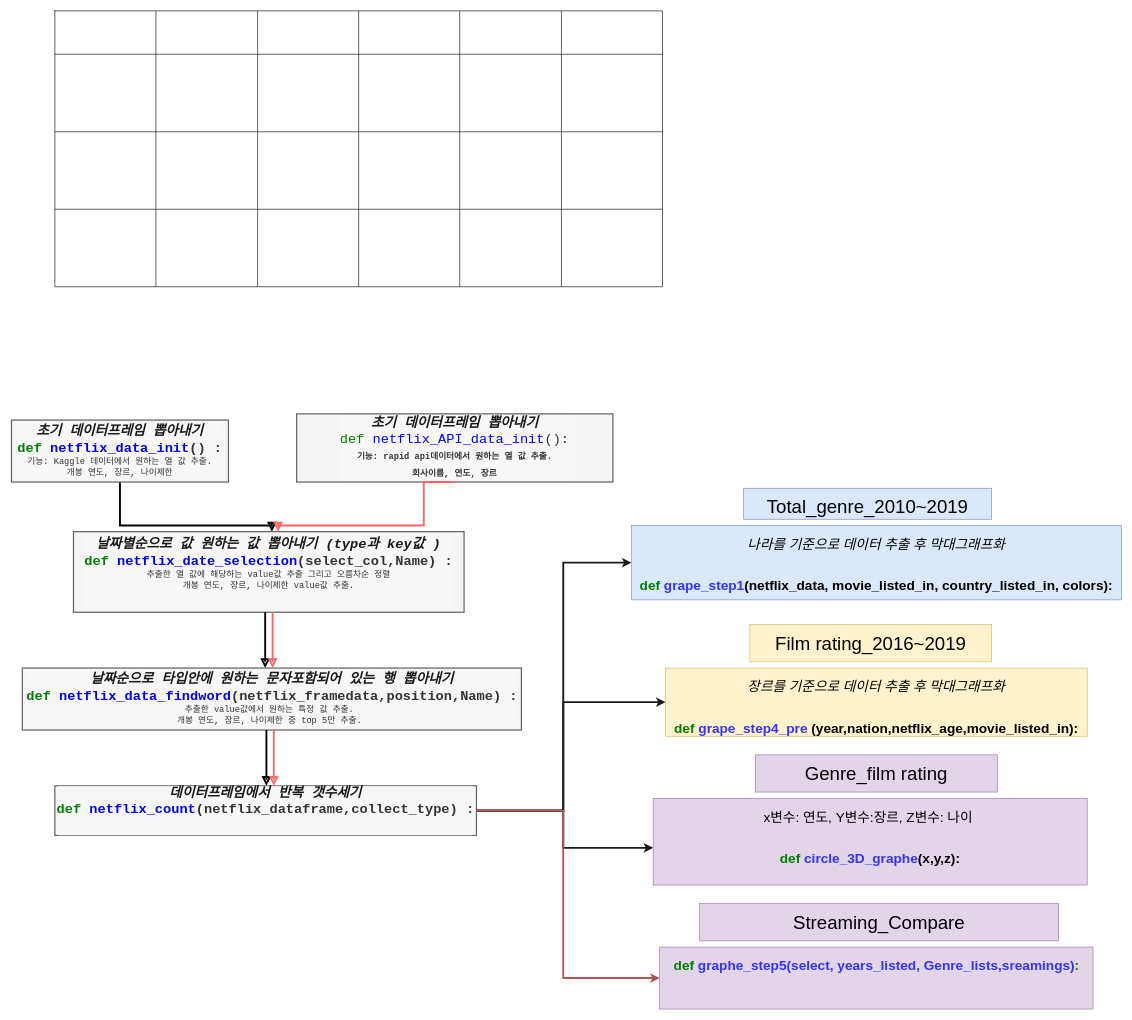
kimsk920825/daily_commit keeps this draw.io diagram as netflix_mini_poject.drawio. Above is the earlier version. Source tidied: cells renumbered, new cells numbered last; positions are measured from the earlier drawing's top-left corner, leaving out a move shared by most shapes. Both pictures are drawn from the tidied source at 62%, with x=0, y=0 at pixel (11, 11).
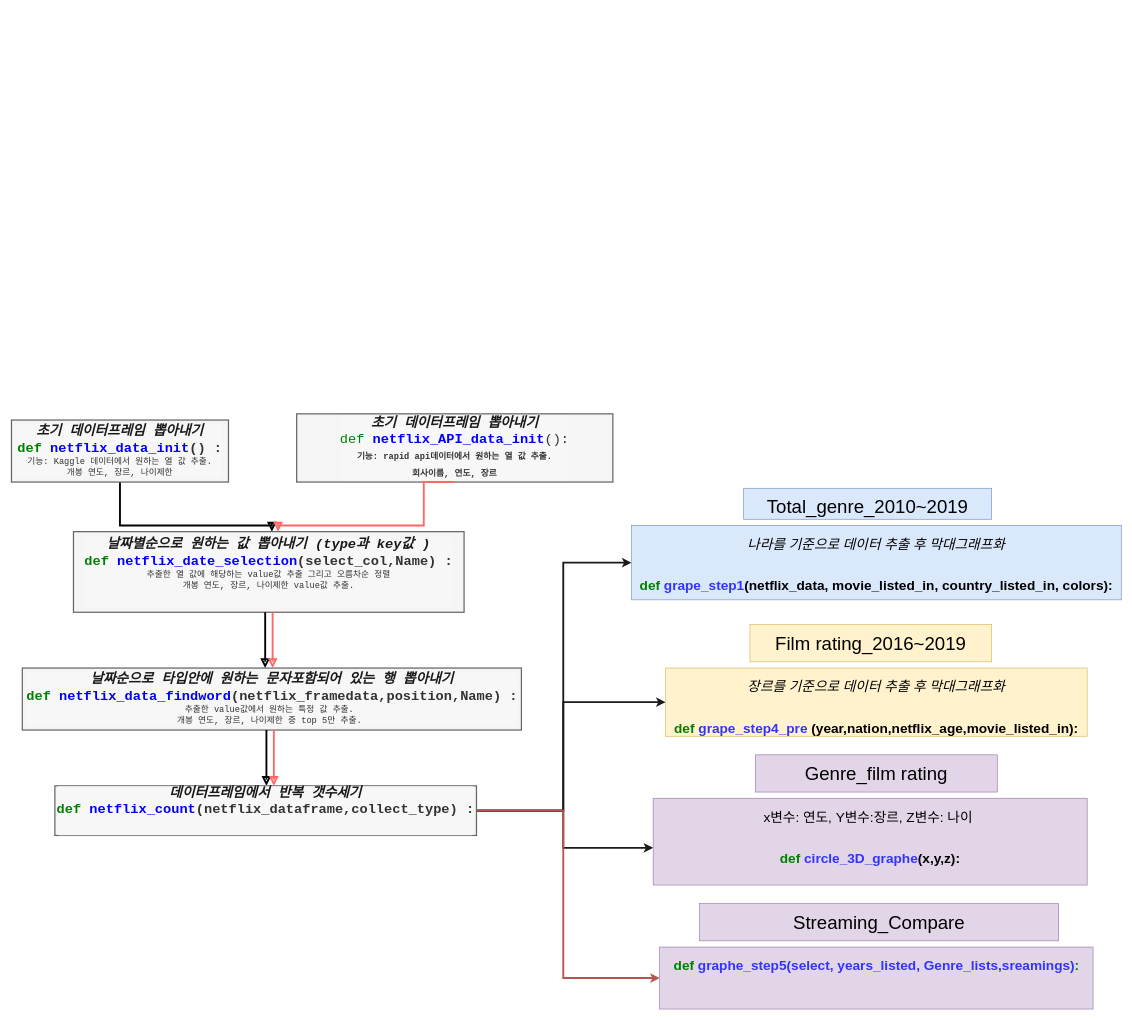
The same diagram, later.

What changed in the source:
```diff
@@
-    <mxCell id="5" value="&lt;pre style=&quot;margin-top: 0px ; margin-bottom: 0px ; padding: 0px ; font-size: 22px ; border-radius: 4px ; line-height: inherit ; word-break: break-all ; overflow-wrap: break-word ; background-color: rgb(247 , 247 , 247) ; border: none&quot;&gt;&lt;font color=&quot;#1a1a1a&quot;&gt;&lt;span class=&quot;c1&quot; style=&quot;margin: 0px ; padding: 0px ; font-style: italic ; font-size: 22px&quot;&gt;날짜별순으로 값 원하는 값 뽑아내기 (type과 key값 )&lt;/span&gt;&lt;br style=&quot;font-size: 22px&quot;&gt;&lt;/font&gt;&lt;/pre&gt;&lt;pre style=&quot;margin-top: 0px ; margin-bottom: 0px ; padding: 0px ; font-size: 22px ; border-radius: 4px ; line-height: inherit ; word-break: break-all ; overflow-wrap: break-word ; background-color: rgb(247 , 247 , 247) ; border: none&quot;&gt;&lt;pre style=&quot;margin-top: 0px ; margin-bottom: 0px ; padding: 0px ; border-radius: 4px ; line-height: inherit ; word-break: break-all ; overflow-wrap: break-word ; border: none ; font-size: 22px&quot;&gt;&lt;span class=&quot;k&quot; style=&quot;margin: 0px ; padding: 0px ; color: green ; font-size: 22px&quot;&gt;def&lt;/span&gt; &lt;span class=&quot;nf&quot; style=&quot;margin: 0px ; padding: 0px ; color: blue ; font-size: 22px&quot;&gt;netflix_date_selection&lt;/span&gt;&lt;span class=&quot;p&quot; style=&quot;margin: 0px ; padding: 0px ; font-size: 22px&quot;&gt;(&lt;/span&gt;&lt;span class=&quot;n&quot; style=&quot;margin: 0px ; padding: 0px ; font-size: 22px&quot;&gt;select_col&lt;/span&gt;&lt;span class=&quot;p&quot; style=&quot;margin: 0px ; padding: 0px ; font-size: 22px&quot;&gt;,&lt;/span&gt;&lt;span class=&quot;n&quot; style=&quot;margin: 0px ; padding: 0px ; font-size: 22px&quot;&gt;Name&lt;/span&gt;&lt;span class=&quot;p&quot; style=&quot;margin: 0px ; padding: 0px ; font-size: 22px&quot;&gt;)&lt;/span&gt; &lt;span class=&quot;p&quot; style=&quot;margin: 0px ; padding: 0px ; font-size: 22px&quot;&gt;:&lt;/span&gt;&lt;br style=&quot;font-size: 22px&quot;&gt;&lt;/pre&gt;&lt;pre style=&quot;color: rgb(51 , 51 , 51) ; margin-top: 0px ; margin-bottom: 0px ; padding: 0px ; border-radius: 4px ; line-height: inherit ; word-break: break-all ; overflow-wrap: break-word ; border: none ; font-size: 22px&quot;&gt;&lt;span class=&quot;p&quot; style=&quot;margin: 0px ; padding: 0px ; font-size: 22px&quot;&gt;&lt;pre style=&quot;font-weight: normal ; margin-top: 0px ; margin-bottom: 0px ; padding: 0px ; font-size: 14px ; border-radius: 4px ; line-height: inherit ; word-break: break-all ; overflow-wrap: break-word ; border: none&quot;&gt;&lt;span class=&quot;p&quot; style=&quot;margin: 0px ; padding: 0px&quot;&gt;추출한 열 값에 해당하는 value값 추출 그리고 오름차순 정렬&lt;/span&gt;&lt;/pre&gt;&lt;pre style=&quot;font-weight: normal ; margin-top: 0px ; margin-bottom: 0px ; padding: 0px ; font-size: 14px ; border-radius: 4px ; line-height: inherit ; word-break: break-all ; overflow-wrap: break-word ; border: none&quot;&gt;&lt;span class=&quot;p&quot; style=&quot;margin: 0px ; padding: 0px&quot;&gt;개봉 연도, 장르, 나이제한 value값 추출.&lt;/span&gt;&lt;/pre&gt;&lt;/span&gt;&lt;/pre&gt;&lt;div style=&quot;color: rgb(51 , 51 , 51) ; font-size: 22px&quot;&gt;&lt;span class=&quot;p&quot; style=&quot;margin: 0px ; padding: 0px ; font-size: 22px&quot;&gt;&lt;br style=&quot;font-size: 22px&quot;&gt;&lt;/span&gt;&lt;/div&gt;&lt;/pre&gt;" style="rounded=1;whiteSpace=wrap;html=1;fontSize=22;glass=0;strokeWidth=2;shadow=0;arcSize=0&#10;;fillColor=#f5f5f5;strokeColor=#666666;fontColor=#333333;fontStyle=1;" parent="1" vertex="1">
+    <mxCell id="5" value="&lt;pre style=&quot;margin-top: 0px ; margin-bottom: 0px ; padding: 0px ; font-size: 22px ; border-radius: 4px ; line-height: inherit ; word-break: break-all ; overflow-wrap: break-word ; background-color: rgb(247 , 247 , 247) ; border: none&quot;&gt;&lt;font color=&quot;#1a1a1a&quot;&gt;&lt;span class=&quot;c1&quot; style=&quot;margin: 0px ; padding: 0px ; font-style: italic ; font-size: 22px&quot;&gt;날짜별순으로 원하는 값 뽑아내기 (type과 key값 )&lt;/span&gt;&lt;br style=&quot;font-size: 22px&quot;&gt;&lt;/font&gt;&lt;/pre&gt;&lt;pre style=&quot;margin-top: 0px ; margin-bottom: 0px ; padding: 0px ; font-size: 22px ; border-radius: 4px ; line-height: inherit ; word-break: break-all ; overflow-wrap: break-word ; background-color: rgb(247 , 247 , 247) ; border: none&quot;&gt;&lt;pre style=&quot;margin-top: 0px ; margin-bottom: 0px ; padding: 0px ; border-radius: 4px ; line-height: inherit ; word-break: break-all ; overflow-wrap: break-word ; border: none ; font-size: 22px&quot;&gt;&lt;span class=&quot;k&quot; style=&quot;margin: 0px ; padding: 0px ; color: green ; font-size: 22px&quot;&gt;def&lt;/span&gt; &lt;span class=&quot;nf&quot; style=&quot;margin: 0px ; padding: 0px ; color: blue ; font-size: 22px&quot;&gt;netflix_date_selection&lt;/span&gt;&lt;span class=&quot;p&quot; style=&quot;margin: 0px ; padding: 0px ; font-size: 22px&quot;&gt;(&lt;/span&gt;&lt;span class=&quot;n&quot; style=&quot;margin: 0px ; padding: 0px ; font-size: 22px&quot;&gt;select_col&lt;/span&gt;&lt;span class=&quot;p&quot; style=&quot;margin: 0px ; padding: 0px ; font-size: 22px&quot;&gt;,&lt;/span&gt;&lt;span class=&quot;n&quot; style=&quot;margin: 0px ; padding: 0px ; font-size: 22px&quot;&gt;Name&lt;/span&gt;&lt;span class=&quot;p&quot; style=&quot;margin: 0px ; padding: 0px ; font-size: 22px&quot;&gt;)&lt;/span&gt; &lt;span class=&quot;p&quot; style=&quot;margin: 0px ; padding: 0px ; font-size: 22px&quot;&gt;:&lt;/span&gt;&lt;br style=&quot;font-size: 22px&quot;&gt;&lt;/pre&gt;&lt;pre style=&quot;color: rgb(51 , 51 , 51) ; margin-top: 0px ; margin-bottom: 0px ; padding: 0px ; border-radius: 4px ; line-height: inherit ; word-break: break-all ; overflow-wrap: break-word ; border: none ; font-size: 22px&quot;&gt;&lt;span class=&quot;p&quot; style=&quot;margin: 0px ; padding: 0px ; font-size: 22px&quot;&gt;&lt;pre style=&quot;font-weight: normal ; margin-top: 0px ; margin-bottom: 0px ; padding: 0px ; font-size: 14px ; border-radius: 4px ; line-height: inherit ; word-break: break-all ; overflow-wrap: break-word ; border: none&quot;&gt;&lt;span class=&quot;p&quot; style=&quot;margin: 0px ; padding: 0px&quot;&gt;추출한 열 값에 해당하는 value값 추출 그리고 오름차순 정렬&lt;/span&gt;&lt;/pre&gt;&lt;pre style=&quot;font-weight: normal ; margin-top: 0px ; margin-bottom: 0px ; padding: 0px ; font-size: 14px ; border-radius: 4px ; line-height: inherit ; word-break: break-all ; overflow-wrap: break-word ; border: none&quot;&gt;&lt;span class=&quot;p&quot; style=&quot;margin: 0px ; padding: 0px&quot;&gt;개봉 연도, 장르, 나이제한 value값 추출.&lt;/span&gt;&lt;/pre&gt;&lt;/span&gt;&lt;/pre&gt;&lt;div style=&quot;color: rgb(51 , 51 , 51) ; font-size: 22px&quot;&gt;&lt;span class=&quot;p&quot; style=&quot;margin: 0px ; padding: 0px ; font-size: 22px&quot;&gt;&lt;br style=&quot;font-size: 22px&quot;&gt;&lt;/span&gt;&lt;/div&gt;&lt;/pre&gt;" style="rounded=1;whiteSpace=wrap;html=1;fontSize=22;glass=0;strokeWidth=2;shadow=0;arcSize=0&#10;;fillColor=#f5f5f5;strokeColor=#666666;fontColor=#333333;fontStyle=1;" parent="1" vertex="1">
       <mxGeometry x="100" y="840" width="630" height="130" as="geometry" />
     </mxCell>
@@
-    <mxCell id="20" value="&lt;pre style=&quot;margin-top: 0px ; margin-bottom: 0px ; padding: 0px ; font-size: 22px ; border-radius: 4px ; line-height: inherit ; word-break: break-all ; overflow-wrap: break-word ; background-color: rgb(247 , 247 , 247) ; border: none&quot;&gt;&lt;span class=&quot;c1&quot; style=&quot;margin: 0px ; padding: 0px ; font-style: italic ; font-size: 22px&quot;&gt;&lt;font color=&quot;#1a1a1a&quot;&gt;초기 데이터프레임 뽑아내기&lt;/font&gt;&lt;/span&gt;&lt;/pre&gt;&lt;pre style=&quot;margin-top: 0px ; margin-bottom: 0px ; padding: 0px ; border-radius: 4px ; line-height: inherit ; word-break: break-all ; overflow-wrap: break-word ; background-color: rgb(247 , 247 , 247) ; border: none&quot;&gt;&lt;span class=&quot;c1&quot; style=&quot;margin: 0px ; padding: 0px ; font-style: italic&quot;&gt;&lt;pre style=&quot;margin-top: 0px ; margin-bottom: 0px ; padding: 0px ; color: rgb(51 , 51 , 51) ; border-radius: 4px ; line-height: inherit ; word-break: break-all ; overflow-wrap: break-word ; border: none ; font-style: normal&quot;&gt;&lt;pre style=&quot;font-size: 22px ; margin-top: 0px ; margin-bottom: 0px ; padding: 0px ; border-radius: 4px ; line-height: inherit ; word-break: break-all ; overflow-wrap: break-word ; border: none&quot;&gt;&lt;span style=&quot;font-weight: normal&quot;&gt;&lt;span class=&quot;k&quot; style=&quot;margin: 0px ; padding: 0px ; color: green&quot;&gt;def&lt;/span&gt; &lt;span class=&quot;nf&quot; style=&quot;margin: 0px ; padding: 0px ; color: blue&quot;&gt;netflix_API_data_init&lt;/span&gt;&lt;span class=&quot;p&quot; style=&quot;margin: 0px ; padding: 0px&quot;&gt;():&lt;/span&gt;&lt;br&gt;&lt;/span&gt;&lt;/pre&gt;&lt;div&gt;&lt;span class=&quot;p&quot; style=&quot;margin: 0px ; padding: 0px&quot;&gt;&lt;font style=&quot;font-size: 14px&quot;&gt;기능: rapid api데이터에서 원하는 열 값 추출.&lt;/font&gt;&lt;/span&gt;&lt;/div&gt;&lt;div&gt;&lt;span class=&quot;p&quot; style=&quot;margin: 0px ; padding: 0px&quot;&gt;&lt;font style=&quot;font-size: 14px&quot;&gt;회사이름, 연도, 장르&lt;/font&gt;&lt;/span&gt;&lt;/div&gt;&lt;/pre&gt;&lt;/span&gt;&lt;/pre&gt;" style="rounded=1;whiteSpace=wrap;html=1;fontSize=22;glass=0;strokeWidth=2;shadow=0;arcSize=0;fillColor=#f5f5f5;strokeColor=#666666;fontStyle=1;fontColor=#333333;" parent="1" vertex="1">
+    <mxCell id="20" value="&lt;pre style=&quot;margin-top: 0px ; margin-bottom: 0px ; padding: 0px ; font-size: 22px ; border-radius: 4px ; line-height: inherit ; word-break: break-all ; overflow-wrap: break-word ; background-color: rgb(247 , 247 , 247) ; border: none&quot;&gt;&lt;span class=&quot;c1&quot; style=&quot;margin: 0px ; padding: 0px ; font-style: italic ; font-size: 22px&quot;&gt;&lt;font color=&quot;#1a1a1a&quot;&gt;초기 데이터프레임 뽑아내기&lt;/font&gt;&lt;/span&gt;&lt;/pre&gt;&lt;pre style=&quot;margin-top: 0px ; margin-bottom: 0px ; padding: 0px ; border-radius: 4px ; line-height: inherit ; word-break: break-all ; overflow-wrap: break-word ; background-color: rgb(247 , 247 , 247) ; border: none&quot;&gt;&lt;span class=&quot;c1&quot; style=&quot;margin: 0px ; padding: 0px ; font-style: italic&quot;&gt;&lt;pre style=&quot;margin-top: 0px ; margin-bottom: 0px ; padding: 0px ; color: rgb(51 , 51 , 51) ; border-radius: 4px ; line-height: inherit ; word-break: break-all ; overflow-wrap: break-word ; border: none ; font-style: normal&quot;&gt;&lt;pre style=&quot;font-size: 22px ; margin-top: 0px ; margin-bottom: 0px ; padding: 0px ; border-radius: 4px ; line-height: inherit ; word-break: break-all ; overflow-wrap: break-word ; border: none&quot;&gt;&lt;span class=&quot;k&quot; style=&quot;font-weight: normal ; margin: 0px ; padding: 0px ; color: green&quot;&gt;def&lt;/span&gt;&lt;span style=&quot;font-weight: normal&quot;&gt; &lt;/span&gt;&lt;span class=&quot;nf&quot; style=&quot;margin: 0px ; padding: 0px ; color: blue&quot;&gt;netflix_API_data_init&lt;/span&gt;&lt;span class=&quot;p&quot; style=&quot;font-weight: normal ; margin: 0px ; padding: 0px&quot;&gt;():&lt;/span&gt;&lt;span style=&quot;font-weight: normal&quot;&gt;&lt;br&gt;&lt;/span&gt;&lt;/pre&gt;&lt;div&gt;&lt;span class=&quot;p&quot; style=&quot;margin: 0px ; padding: 0px&quot;&gt;&lt;font style=&quot;font-size: 14px&quot;&gt;기능: rapid api데이터에서 원하는 열 값 추출.&lt;/font&gt;&lt;/span&gt;&lt;/div&gt;&lt;div&gt;&lt;span class=&quot;p&quot; style=&quot;margin: 0px ; padding: 0px&quot;&gt;&lt;font style=&quot;font-size: 14px&quot;&gt;회사이름, 연도, 장르&lt;/font&gt;&lt;/span&gt;&lt;/div&gt;&lt;/pre&gt;&lt;/span&gt;&lt;/pre&gt;" style="rounded=1;whiteSpace=wrap;html=1;fontSize=22;glass=0;strokeWidth=2;shadow=0;arcSize=0;fillColor=#f5f5f5;strokeColor=#666666;fontStyle=1;fontColor=#333333;" parent="1" vertex="1">
       <mxGeometry x="460" y="650" width="510" height="110" as="geometry" />
     </mxCell>
@@
-    <mxCell id="26" style="shape=table;html=1;whiteSpace=wrap;startSize=0;childLayout=tableLayout;" parent="1" vertex="1">
-      <mxGeometry x="70" width="980" height="445" as="geometry" />
-    </mxCell>
-    <mxCell id="27" style="shape=partialRectangle;html=1;whiteSpace=wrap;fillColor=none;top=0;left=0;bottom=0;right=0;" parent="26" vertex="1">
-      <mxGeometry width="980" height="70" as="geometry" />
-    </mxCell>
-    <mxCell id="28" style="shape=partialRectangle;html=1;whiteSpace=wrap;overflow=hidden;fillColor=none;top=0;left=0;bottom=0;right=0;" parent="27" vertex="1">
-      <mxGeometry width="163" height="70" as="geometry" />
-    </mxCell>
-    <mxCell id="29" style="shape=partialRectangle;html=1;whiteSpace=wrap;overflow=hidden;fillColor=none;top=0;left=0;bottom=0;right=0;" parent="27" vertex="1">
-      <mxGeometry x="163" width="164" height="70" as="geometry" />
-    </mxCell>
-    <mxCell id="30" style="shape=partialRectangle;html=1;whiteSpace=wrap;overflow=hidden;fillColor=none;top=0;left=0;bottom=0;right=0;" parent="27" vertex="1">
-      <mxGeometry x="327" width="163" height="70" as="geometry" />
-    </mxCell>
-    <mxCell id="31" style="shape=partialRectangle;html=1;whiteSpace=wrap;overflow=hidden;fillColor=none;top=0;left=0;bottom=0;right=0;" parent="27" vertex="1">
-      <mxGeometry x="490" width="163" height="70" as="geometry" />
-    </mxCell>
-    <mxCell id="32" style="shape=partialRectangle;html=1;whiteSpace=wrap;overflow=hidden;fillColor=none;top=0;left=0;bottom=0;right=0;" parent="27" vertex="1">
-      <mxGeometry x="653" width="164" height="70" as="geometry" />
-    </mxCell>
-    <mxCell id="33" style="shape=partialRectangle;html=1;whiteSpace=wrap;overflow=hidden;fillColor=none;top=0;left=0;bottom=0;right=0;" parent="27" vertex="1">
-      <mxGeometry x="817" width="163" height="70" as="geometry" />
-    </mxCell>
-    <mxCell id="34" style="shape=partialRectangle;html=1;whiteSpace=wrap;fillColor=none;top=0;left=0;bottom=0;right=0;" parent="26" vertex="1">
-      <mxGeometry y="70" width="980" height="125" as="geometry" />
-    </mxCell>
-    <mxCell id="35" style="shape=partialRectangle;html=1;whiteSpace=wrap;overflow=hidden;fillColor=none;top=0;left=0;bottom=0;right=0;" parent="34" vertex="1">
-      <mxGeometry width="163" height="125" as="geometry" />
-    </mxCell>
-    <mxCell id="36" style="shape=partialRectangle;html=1;whiteSpace=wrap;overflow=hidden;fillColor=none;top=0;left=0;bottom=0;right=0;" parent="34" vertex="1">
-      <mxGeometry x="163" width="164" height="125" as="geometry" />
-    </mxCell>
-    <mxCell id="37" style="shape=partialRectangle;html=1;whiteSpace=wrap;overflow=hidden;fillColor=none;top=0;left=0;bottom=0;right=0;" parent="34" vertex="1">
-      <mxGeometry x="327" width="163" height="125" as="geometry" />
-    </mxCell>
-    <mxCell id="38" style="shape=partialRectangle;html=1;whiteSpace=wrap;overflow=hidden;fillColor=none;top=0;left=0;bottom=0;right=0;" parent="34" vertex="1">
-      <mxGeometry x="490" width="163" height="125" as="geometry" />
-    </mxCell>
-    <mxCell id="39" style="shape=partialRectangle;html=1;whiteSpace=wrap;overflow=hidden;fillColor=none;top=0;left=0;bottom=0;right=0;" parent="34" vertex="1">
-      <mxGeometry x="653" width="164" height="125" as="geometry" />
-    </mxCell>
-    <mxCell id="40" style="shape=partialRectangle;html=1;whiteSpace=wrap;overflow=hidden;fillColor=none;top=0;left=0;bottom=0;right=0;" parent="34" vertex="1">
-      <mxGeometry x="817" width="163" height="125" as="geometry" />
-    </mxCell>
-    <mxCell id="41" style="shape=partialRectangle;html=1;whiteSpace=wrap;fillColor=none;top=0;left=0;bottom=0;right=0;" parent="26" vertex="1">
-      <mxGeometry y="195" width="980" height="125" as="geometry" />
-    </mxCell>
-    <mxCell id="42" style="shape=partialRectangle;html=1;whiteSpace=wrap;overflow=hidden;fillColor=none;top=0;left=0;bottom=0;right=0;" parent="41" vertex="1">
-      <mxGeometry width="163" height="125" as="geometry" />
-    </mxCell>
-    <mxCell id="43" style="shape=partialRectangle;html=1;whiteSpace=wrap;overflow=hidden;fillColor=none;top=0;left=0;bottom=0;right=0;" parent="41" vertex="1">
-      <mxGeometry x="163" width="164" height="125" as="geometry" />
-    </mxCell>
-    <mxCell id="44" style="shape=partialRectangle;html=1;whiteSpace=wrap;overflow=hidden;fillColor=none;top=0;left=0;bottom=0;right=0;" parent="41" vertex="1">
-      <mxGeometry x="327" width="163" height="125" as="geometry" />
-    </mxCell>
-    <mxCell id="45" style="shape=partialRectangle;html=1;whiteSpace=wrap;overflow=hidden;fillColor=none;top=0;left=0;bottom=0;right=0;" parent="41" vertex="1">
-      <mxGeometry x="490" width="163" height="125" as="geometry" />
-    </mxCell>
-    <mxCell id="46" style="shape=partialRectangle;html=1;whiteSpace=wrap;overflow=hidden;fillColor=none;top=0;left=0;bottom=0;right=0;" parent="41" vertex="1">
-      <mxGeometry x="653" width="164" height="125" as="geometry" />
-    </mxCell>
-    <mxCell id="47" style="shape=partialRectangle;html=1;whiteSpace=wrap;overflow=hidden;fillColor=none;top=0;left=0;bottom=0;right=0;" parent="41" vertex="1">
-      <mxGeometry x="817" width="163" height="125" as="geometry" />
-    </mxCell>
-    <mxCell id="48" style="shape=partialRectangle;html=1;whiteSpace=wrap;fillColor=none;top=0;left=0;bottom=0;right=0;" parent="26" vertex="1">
-      <mxGeometry y="320" width="980" height="125" as="geometry" />
-    </mxCell>
-    <mxCell id="49" style="shape=partialRectangle;html=1;whiteSpace=wrap;overflow=hidden;fillColor=none;top=0;left=0;bottom=0;right=0;" parent="48" vertex="1">
-      <mxGeometry width="163" height="125" as="geometry" />
-    </mxCell>
-    <mxCell id="50" style="shape=partialRectangle;html=1;whiteSpace=wrap;overflow=hidden;fillColor=none;top=0;left=0;bottom=0;right=0;" parent="48" vertex="1">
-      <mxGeometry x="163" width="164" height="125" as="geometry" />
-    </mxCell>
-    <mxCell id="51" style="shape=partialRectangle;html=1;whiteSpace=wrap;overflow=hidden;fillColor=none;top=0;left=0;bottom=0;right=0;" parent="48" vertex="1">
-      <mxGeometry x="327" width="163" height="125" as="geometry" />
-    </mxCell>
-    <mxCell id="52" style="shape=partialRectangle;html=1;whiteSpace=wrap;overflow=hidden;fillColor=none;top=0;left=0;bottom=0;right=0;" parent="48" vertex="1">
-      <mxGeometry x="490" width="163" height="125" as="geometry" />
-    </mxCell>
-    <mxCell id="53" style="shape=partialRectangle;html=1;whiteSpace=wrap;overflow=hidden;fillColor=none;top=0;left=0;bottom=0;right=0;" parent="48" vertex="1">
-      <mxGeometry x="653" width="164" height="125" as="geometry" />
-    </mxCell>
-    <mxCell id="54" style="shape=partialRectangle;html=1;whiteSpace=wrap;overflow=hidden;fillColor=none;top=0;left=0;bottom=0;right=0;" parent="48" vertex="1">
-      <mxGeometry x="817" width="163" height="125" as="geometry" />
-    </mxCell>
```
